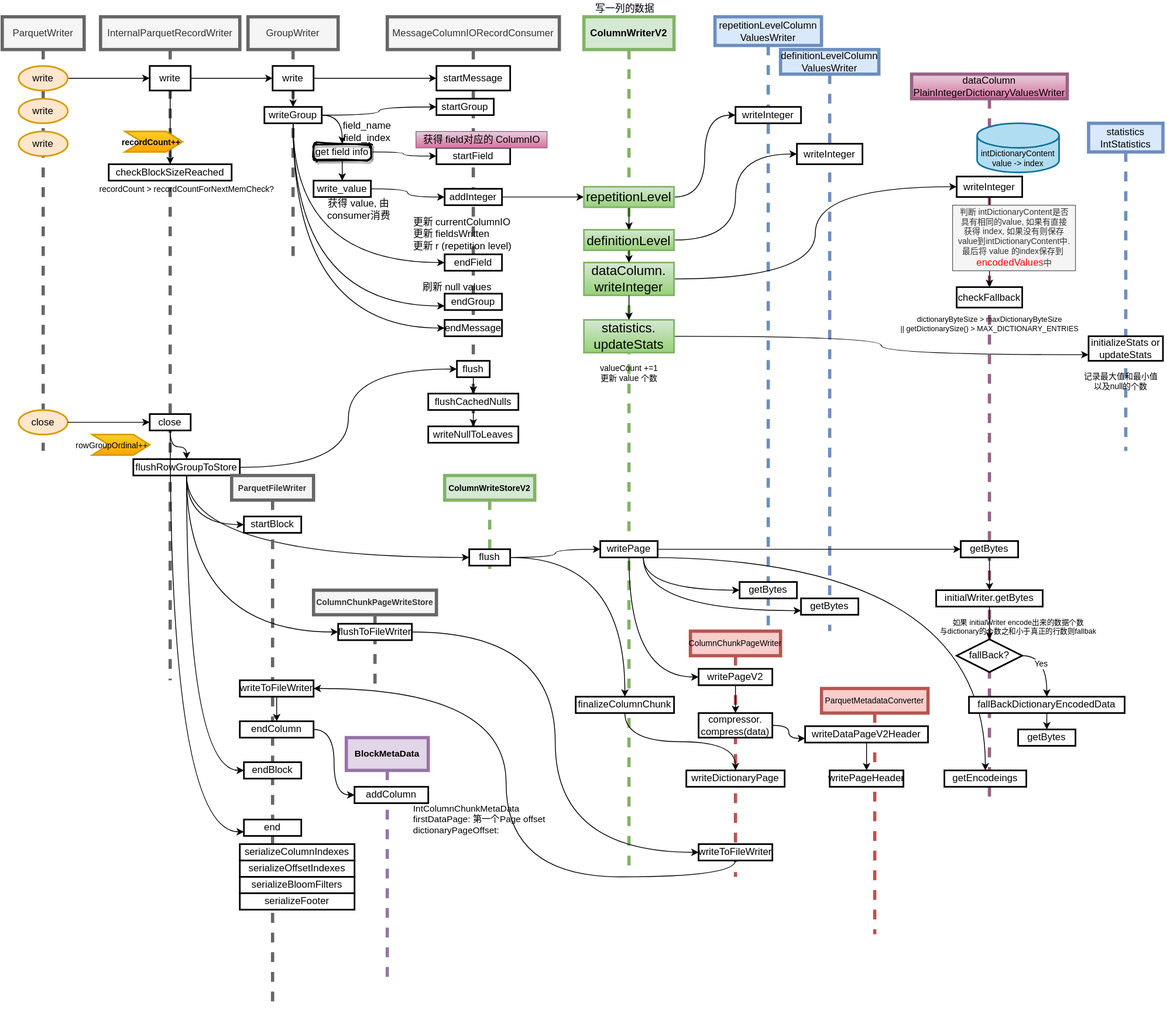
Earlier version of the draw.io export docs/parquet/parquet-writer/parquet-write_flow.svg (wbo4958/wbo4958.github.io). Source tidied: cells renumbered, new cells last; positions are measured from the earlier drawing's top-left corner, leaving out a move shared by most shapes.
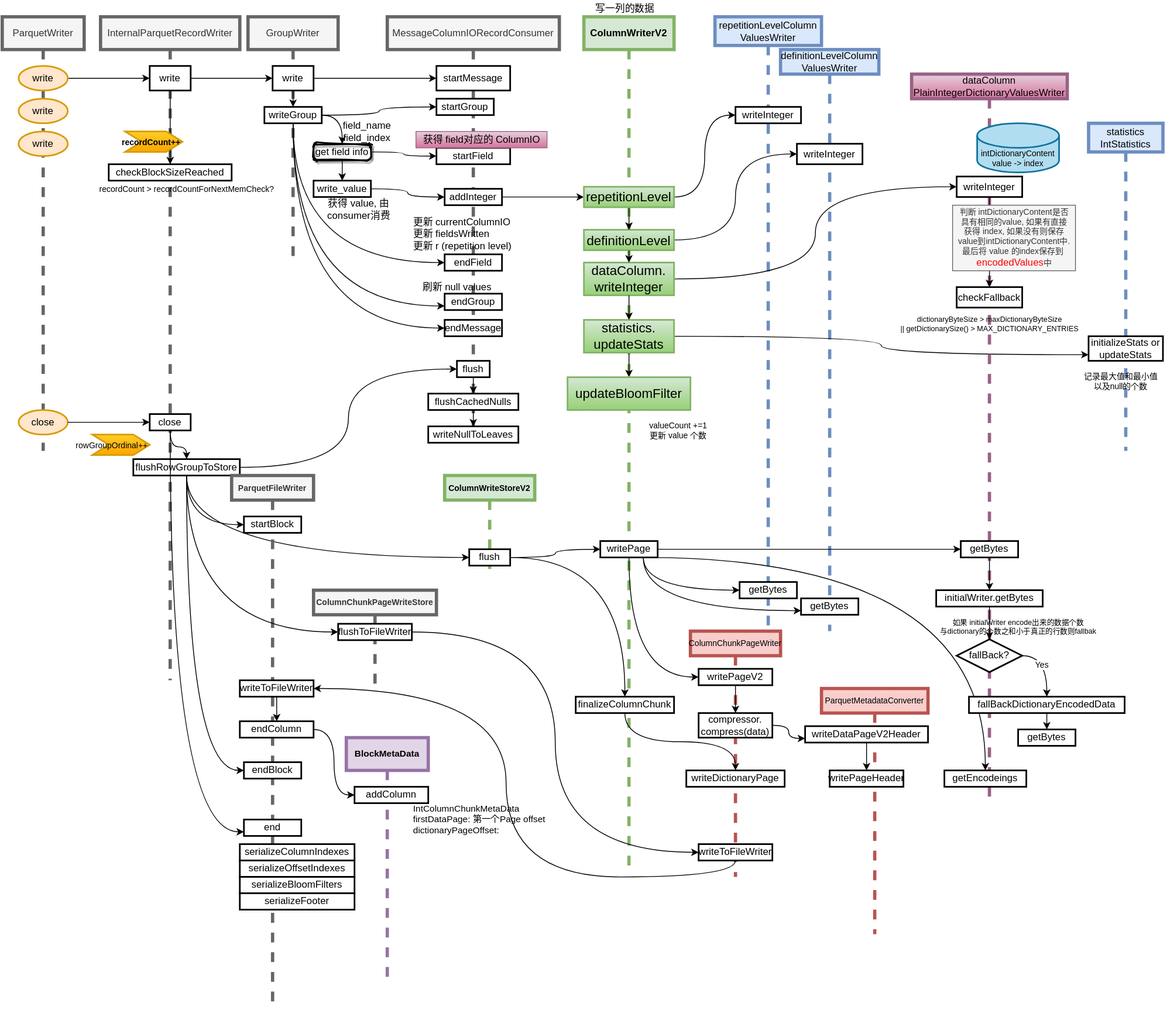
Above is the later version.

Commit message:
update parquet write flow chart (#30)

Change to the diagram source:
```diff
@@ -215,6 +215,9 @@
     <mxCell id="72" style="edgeStyle=orthogonalEdgeStyle;curved=1;jettySize=auto;html=1;exitX=0.5;exitY=1;exitDx=0;exitDy=0;" parent="1" edge="1" source="69" target="71">
       <mxGeometry x="790" y="90" as="geometry" />
     </mxCell>
+    <mxCell id="155" style="edgeStyle=orthogonalEdgeStyle;rounded=0;jettySize=auto;html=1;" parent="1" edge="1" source="73" target="156">
+      <mxGeometry relative="1" as="geometry" />
+    </mxCell>
     <mxCell id="73" value="statistics.&lt;br style=&quot;font-size: 16px;&quot;&gt;updateStats" style="whiteSpace=wrap;html=1;strokeWidth=2;fillColor=#d5e8d4;strokeColor=#82b366;gradientColor=#97d077;fontSize=16;" parent="1" vertex="1">
       <mxGeometry x="710" y="390" width="110" height="40" as="geometry" />
     </mxCell>
@@ -222,7 +225,7 @@
       <mxGeometry x="790" y="90" as="geometry" />
     </mxCell>
     <mxCell id="75" value="valueCount +=1&lt;br&gt;更新 value 个数" style="text;html=1;align=center;verticalAlign=middle;fontSize=10;" parent="1" vertex="1">
-      <mxGeometry x="720" y="440" width="90" height="30" as="geometry" />
+      <mxGeometry x="780" y="510" width="90" height="30" as="geometry" />
     </mxCell>
     <mxCell id="76" value="repetitionLevel" style="whiteSpace=wrap;html=1;strokeWidth=2;fillColor=#d5e8d4;strokeColor=#82b366;gradientColor=#97d077;fontSize=16;" parent="1" vertex="1">
       <mxGeometry x="710" y="227.5" width="110" height="25" as="geometry" />
@@ -465,5 +468,8 @@
     <mxCell id="154" style="edgeStyle=orthogonalEdgeStyle;curved=1;jettySize=auto;html=1;exitX=0.5;exitY=1;exitDx=0;exitDy=0;entryX=0;entryY=0.75;entryDx=0;entryDy=0;" parent="1" edge="1" source="37" target="29">
       <mxGeometry relative="1" as="geometry" />
     </mxCell>
+    <mxCell id="156" value="updateBloomFilter" style="whiteSpace=wrap;html=1;strokeWidth=2;fillColor=#d5e8d4;strokeColor=#82b366;gradientColor=#97d077;fontSize=16;" parent="1" vertex="1">
+      <mxGeometry x="690" y="460" width="150" height="40" as="geometry" />
+    </mxCell>
   </root>
 </mxGraphModel>
```
